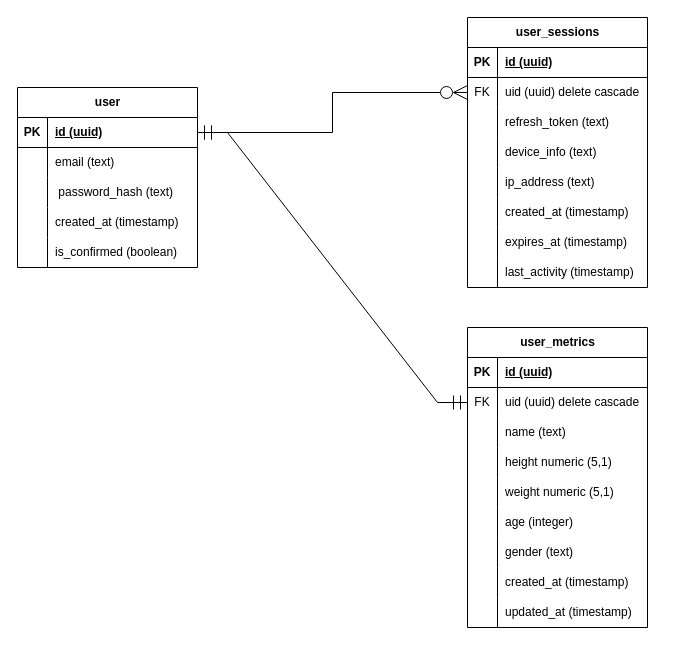
Before: docs/DbEr/erDiagramm.drawio in kv1sidisi/ShapeUp_old, a draw.io diagram. Source tidied: cells renumbered, new cells numbered last; positions are measured from the earlier drawing's top-left corner, leaving out a move shared by most shapes. Both pictures are drawn from the tidied source at 100%, with x=0, y=0 at pixel (17, 17).
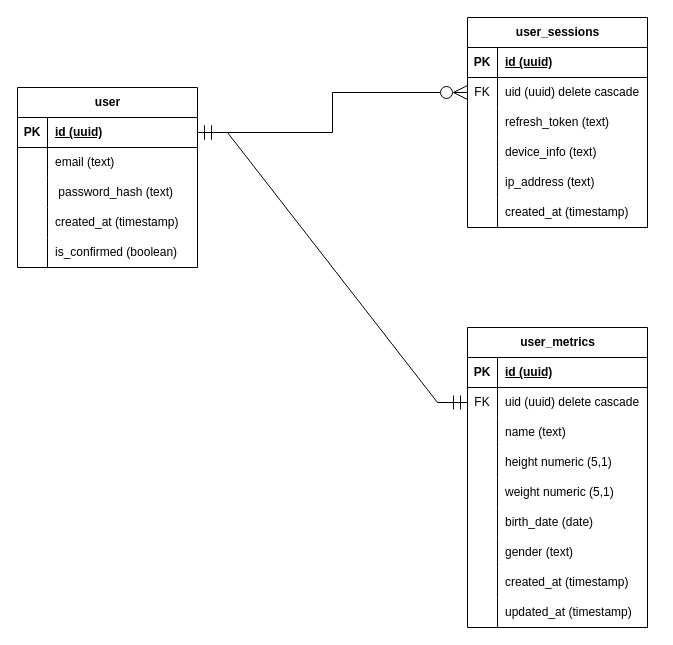
Above is the later version.

Commit message:
fix: deleted some deprecated attributes

The change refers to these unchanged cells:
```xml
<mxCell id="59" style="shape=tableRow;horizontal=0;startSize=0;swimlaneHead=0;swimlaneBody=0;fillColor=none;top=0;left=0;right=0;bottom=0;" parent="43" vertex="1">
  <mxGeometry y="180" width="180" height="30" as="geometry" />
</mxCell>
```

What changed in the source:
```diff
@@
     <mxCell id="18" value="user_sessions" style="shape=table;startSize=30;childLayout=tableLayout;rowLines=0;fontStyle=1;align=center;html=1;" parent="1" vertex="1">
-      <mxGeometry x="450" width="180" height="270" as="geometry" />
+      <mxGeometry x="450" width="180" height="210" as="geometry" />
     </mxCell>
@@
-    <mxCell id="37" style="shape=tableRow;horizontal=0;startSize=0;swimlaneHead=0;swimlaneBody=0;fillColor=none;top=0;left=0;right=0;bottom=0;" parent="18" vertex="1">
-      <mxGeometry y="210" width="180" height="30" as="geometry" />
-    </mxCell>
-    <mxCell id="38" style="shape=partialRectangle;fillColor=none;top=0;left=0;bottom=0;right=0;overflow=hidden;whiteSpace=wrap;html=1;" parent="37" vertex="1">
-      <mxGeometry width="30" height="30" as="geometry" />
-    </mxCell>
-    <mxCell id="39" value="expires_at (timestamp)" style="shape=partialRectangle;fillColor=none;top=0;left=0;bottom=0;right=0;align=left;spacingLeft=6;overflow=hidden;whiteSpace=wrap;html=1;" parent="37" vertex="1">
-      <mxGeometry x="30" width="150" height="30" as="geometry" />
-    </mxCell>
-    <mxCell id="40" style="shape=tableRow;horizontal=0;startSize=0;swimlaneHead=0;swimlaneBody=0;fillColor=none;top=0;left=0;right=0;bottom=0;" parent="18" vertex="1">
-      <mxGeometry y="240" width="180" height="30" as="geometry" />
-    </mxCell>
-    <mxCell id="41" style="shape=partialRectangle;fillColor=none;top=0;left=0;bottom=0;right=0;overflow=hidden;whiteSpace=wrap;html=1;" parent="40" vertex="1">
-      <mxGeometry width="30" height="30" as="geometry" />
-    </mxCell>
-    <mxCell id="42" value="last_activity (timestamp)" style="shape=partialRectangle;fillColor=none;top=0;left=0;bottom=0;right=0;align=left;spacingLeft=6;overflow=hidden;whiteSpace=wrap;html=1;" parent="40" vertex="1">
-      <mxGeometry x="30" width="150" height="30" as="geometry" />
-    </mxCell>
@@
-    <mxCell id="61" value="age (integer)" style="shape=partialRectangle;fillColor=none;top=0;left=0;bottom=0;right=0;align=left;spacingLeft=6;overflow=hidden;whiteSpace=wrap;html=1;" parent="59" vertex="1">
+    <mxCell id="61" value="birth_date (date)" style="shape=partialRectangle;fillColor=none;top=0;left=0;bottom=0;right=0;align=left;spacingLeft=6;overflow=hidden;whiteSpace=wrap;html=1;" parent="59" vertex="1">
       <mxGeometry x="30" width="150" height="30" as="geometry" />
     </mxCell>
```
